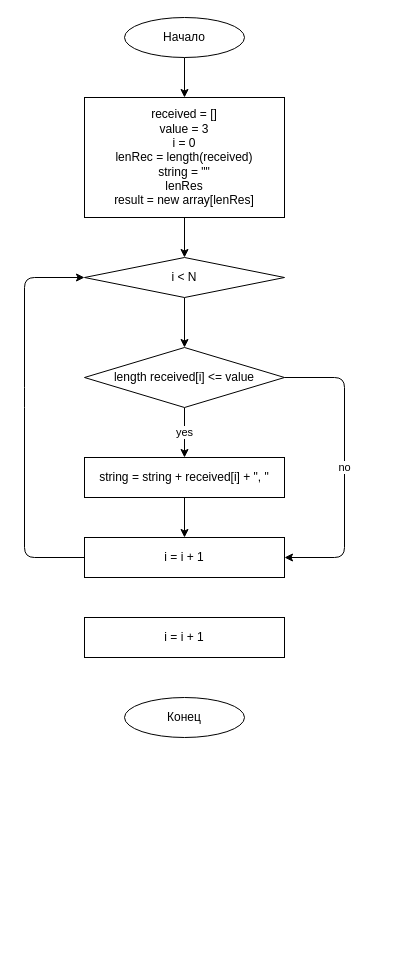
AndreyEvseev/A.Evseev_FinalVerificationWork keeps this draw.io diagram as BlockDiagram.drawio. Above is the earlier version. Source tidied: cells renumbered, new cells numbered last; positions are measured from the earlier drawing's top-left corner, leaving out a move shared by most shapes. Both pictures are drawn from the tidied source at 100%, with x=0, y=0 at pixel (24, 17).
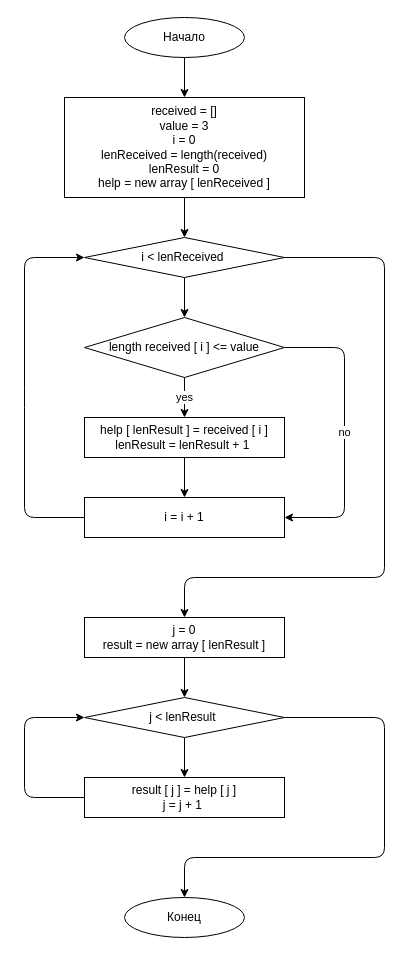
Above is the later version.

Commit message (it also covers changes not shown here):
Добавлено описание задачи - файл readme.md

The edit, as a diff of the source:
```diff
@@
     <mxCell id="4" value="Конец" style="ellipse;whiteSpace=wrap;html=1;" parent="1" vertex="1">
-      <mxGeometry x="100" y="680" width="120" height="40" as="geometry" />
+      <mxGeometry x="100" y="880" width="120" height="40" as="geometry" />
     </mxCell>
@@
-    <mxCell id="6" value="received = []&lt;br&gt;value = 3&lt;br&gt;i = 0&lt;br&gt;lenRec = length(received)&lt;br&gt;string = &quot;&quot;&lt;br&gt;lenRes&lt;br&gt;result = new array[lenRes]" style="rounded=0;whiteSpace=wrap;html=1;" parent="1" vertex="1">
-      <mxGeometry x="60" y="80" width="200" height="120" as="geometry" />
+    <mxCell id="6" value="received = []&lt;br&gt;value = 3&lt;br&gt;i = 0&lt;br&gt;lenReceived&amp;nbsp;= length(received)&lt;br&gt;lenResult = 0&lt;br&gt;help = new array [ lenReceived&amp;nbsp;]" style="rounded=0;whiteSpace=wrap;html=1;" parent="1" vertex="1">
+      <mxGeometry x="40" y="80" width="240" height="100" as="geometry" />
     </mxCell>
@@
+    <mxCell id="17" style="edgeStyle=none;html=1;exitX=1;exitY=0.5;exitDx=0;exitDy=0;" parent="1" edge="1" source="8" target="16">
+      <mxGeometry relative="1" as="geometry">
+        <Array as="points">
+          <mxPoint x="360" y="240" />
+          <mxPoint x="360" y="560" />
+          <mxPoint x="160" y="560" />
+          <mxPoint x="160" y="600" />
+        </Array>
+      </mxGeometry>
+    </mxCell>
-    <mxCell id="8" value="i &amp;lt; N" style="rhombus;whiteSpace=wrap;html=1;" parent="1" vertex="1">
-      <mxGeometry x="60" y="240" width="200" height="40" as="geometry" />
+    <mxCell id="8" value="i &amp;lt; lenReceived&amp;nbsp;" style="rhombus;whiteSpace=wrap;html=1;" parent="1" vertex="1">
+      <mxGeometry x="60" y="220" width="200" height="40" as="geometry" />
     </mxCell>
     <mxCell id="9" style="edgeStyle=none;html=1;exitX=0;exitY=0.5;exitDx=0;exitDy=0;entryX=0;entryY=0.5;entryDx=0;entryDy=0;" parent="1" edge="1" source="15" target="8">
       <mxGeometry relative="1" as="geometry">
         <Array as="points">
-          <mxPoint y="540" />
+          <mxPoint y="500" />
           <mxPoint y="380" />
-          <mxPoint y="260" />
+          <mxPoint y="240" />
         </Array>
       </mxGeometry>
     </mxCell>
@@
-    <mxCell id="11" value="string = string + received[i] + &quot;, &quot;" style="rounded=0;whiteSpace=wrap;html=1;" parent="1" vertex="1">
-      <mxGeometry x="60" y="440" width="200" height="40" as="geometry" />
+    <mxCell id="11" value="help [ lenResult&amp;nbsp;] = received [ i ]&lt;br&gt;lenResult&amp;nbsp;= lenResult&amp;nbsp;+ 1&amp;nbsp;" style="rounded=0;whiteSpace=wrap;html=1;" parent="1" vertex="1">
+      <mxGeometry x="60" y="400" width="200" height="40" as="geometry" />
     </mxCell>
@@
     <mxCell id="13" value="no" style="edgeStyle=none;html=1;exitX=1;exitY=0.5;exitDx=0;exitDy=0;entryX=1;entryY=0.5;entryDx=0;entryDy=0;" parent="1" edge="1" source="14" target="15">
       <mxGeometry relative="1" as="geometry">
         <Array as="points">
-          <mxPoint x="320" y="360" />
-          <mxPoint x="320" y="540" />
+          <mxPoint x="320" y="330" />
+          <mxPoint x="320" y="500" />
         </Array>
       </mxGeometry>
     </mxCell>
-    <mxCell id="14" value="length received[i] &amp;lt;= value" style="rhombus;whiteSpace=wrap;html=1;" parent="1" vertex="1">
-      <mxGeometry x="60" y="330" width="200" height="60" as="geometry" />
+    <mxCell id="14" value="length received [ i ] &amp;lt;= value" style="rhombus;whiteSpace=wrap;html=1;" parent="1" vertex="1">
+      <mxGeometry x="60" y="300" width="200" height="60" as="geometry" />
     </mxCell>
     <mxCell id="15" value="i = i + 1" style="rounded=0;whiteSpace=wrap;html=1;" parent="1" vertex="1">
-      <mxGeometry x="60" y="520" width="200" height="40" as="geometry" />
+      <mxGeometry x="60" y="480" width="200" height="40" as="geometry" />
     </mxCell>
+    <mxCell id="18" style="edgeStyle=none;html=1;" parent="1" edge="1" source="16" target="21">
+      <mxGeometry relative="1" as="geometry" />
+    </mxCell>
-    <mxCell id="16" value="i = i + 1" style="rounded=0;whiteSpace=wrap;html=1;" parent="1" vertex="1">
+    <mxCell id="16" value="j = 0&lt;br&gt;result = new array [ lenResult&amp;nbsp;]" style="rounded=0;whiteSpace=wrap;html=1;" parent="1" vertex="1">
       <mxGeometry x="60" y="600" width="200" height="40" as="geometry" />
     </mxCell>
+    <mxCell id="19" style="edgeStyle=none;html=1;" parent="1" edge="1" source="21" target="23">
+      <mxGeometry relative="1" as="geometry" />
+    </mxCell>
+    <mxCell id="20" style="edgeStyle=none;html=1;exitX=1;exitY=0.5;exitDx=0;exitDy=0;" parent="1" edge="1" source="21">
+      <mxGeometry relative="1" as="geometry">
+        <mxPoint x="160" y="880" as="targetPoint" />
+        <Array as="points">
+          <mxPoint x="360" y="700" />
+          <mxPoint x="360" y="840" />
+          <mxPoint x="160" y="840" />
+        </Array>
+      </mxGeometry>
+    </mxCell>
+    <mxCell id="21" value="j &amp;lt; lenResult&amp;nbsp;" style="rhombus;whiteSpace=wrap;html=1;" parent="1" vertex="1">
+      <mxGeometry x="60" y="680" width="200" height="40" as="geometry" />
+    </mxCell>
+    <mxCell id="22" style="edgeStyle=none;html=1;entryX=0;entryY=0.5;entryDx=0;entryDy=0;exitX=0;exitY=0.5;exitDx=0;exitDy=0;" parent="1" edge="1" source="23" target="21">
+      <mxGeometry relative="1" as="geometry">
+        <Array as="points">
+          <mxPoint y="780" />
+          <mxPoint y="700" />
+        </Array>
+      </mxGeometry>
+    </mxCell>
+    <mxCell id="23" value="result [ j ] = help [ j ]&lt;br&gt;j = j + 1&amp;nbsp;" style="rounded=0;whiteSpace=wrap;html=1;" parent="1" vertex="1">
+      <mxGeometry x="60" y="760" width="200" height="40" as="geometry" />
+    </mxCell>
```
